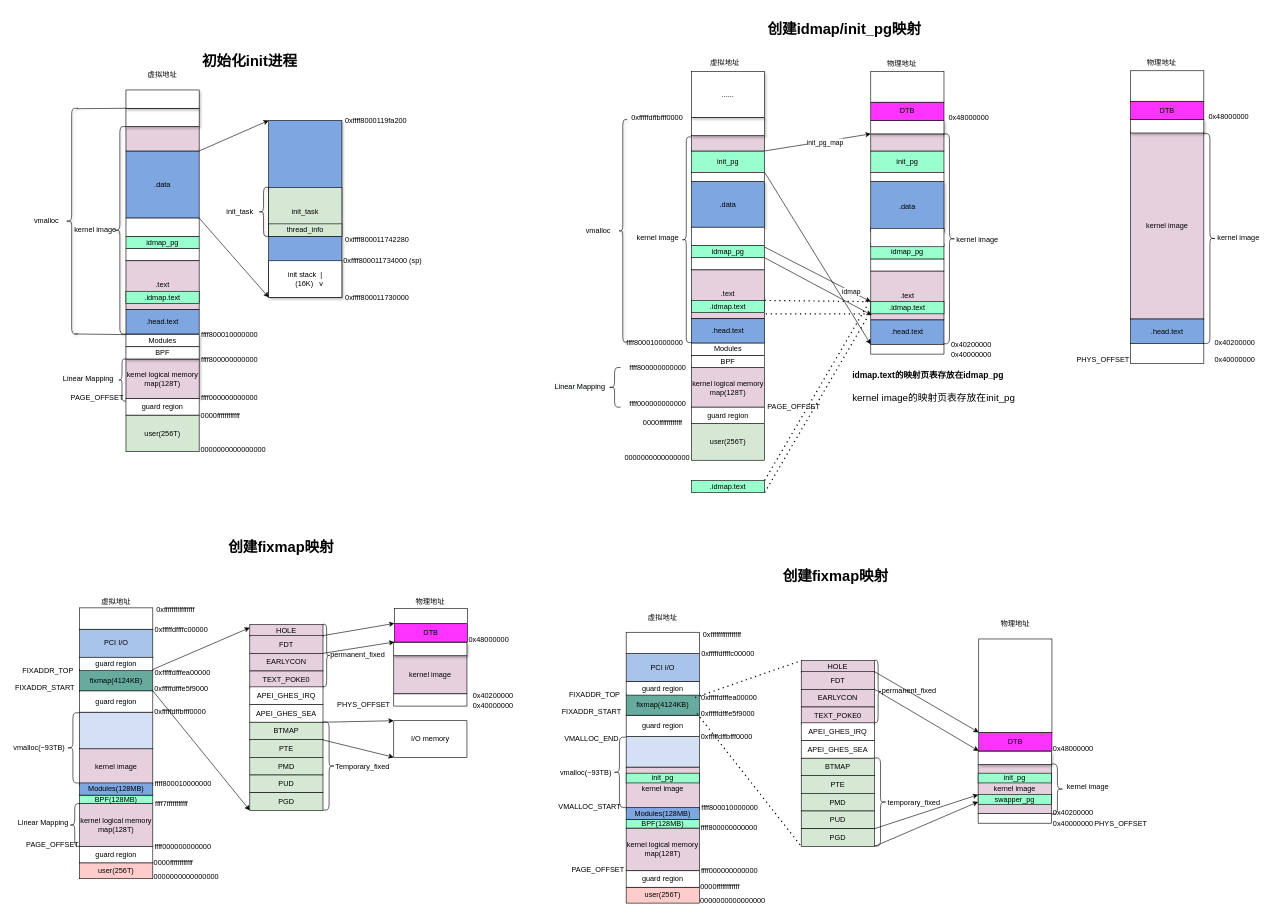
Earlier version of the draw.io diagram kernel_start.drawio (jasonactions/graph). Source tidied: cells renumbered, new cells numbered last; positions are measured from the earlier drawing's top-left corner, leaving out a move shared by most shapes. Both pictures are drawn from the tidied source at 61%, with x=0, y=0 at pixel (10, 16).
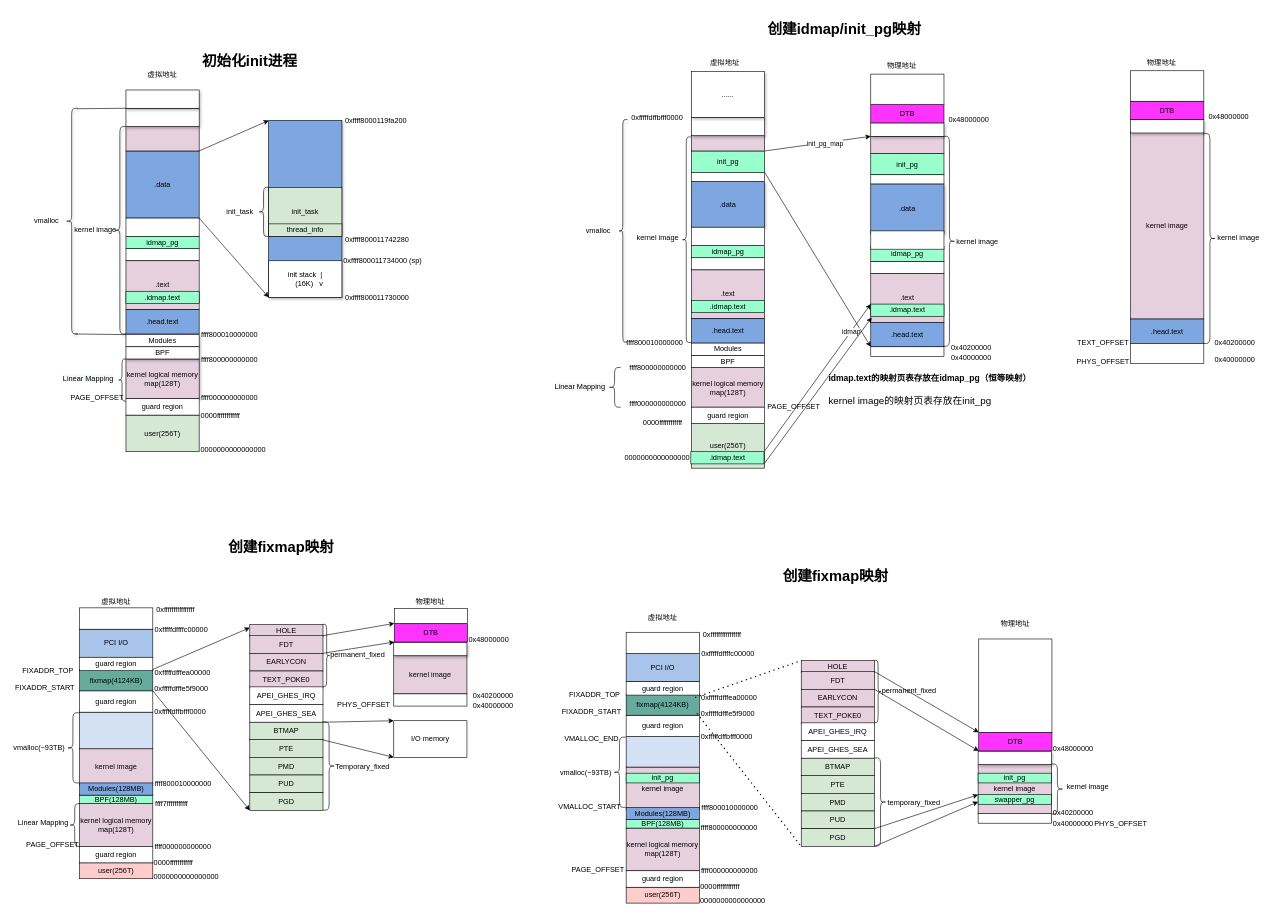
After the change.

Unchanged cells that the change refers to:
```xml
<mxCell id="2" style="rounded=0;whiteSpace=wrap;html=1;fillColor=#FFFFFF;" parent="1" vertex="1">
  <mxGeometry x="1116" y="395" width="120" height="20" as="geometry" />
</mxCell>
<mxCell id="7" value=".text" style="rounded=0;whiteSpace=wrap;html=1;fillColor=#E6D0DE;" parent="1" vertex="1">
  <mxGeometry x="1116" y="415" width="120" height="80" as="geometry" />
</mxCell>
<mxCell id="37" value=".idmap.text" style="rounded=0;whiteSpace=wrap;html=1;fillColor=#99FFCC;" parent="1" vertex="1">
  <mxGeometry x="1116" y="465" width="120" height="20" as="geometry" />
</mxCell>
```

Diff of the diagram source:
```diff
@@
     <mxCell id="6" value="物理地址" style="text;html=1;strokeColor=none;fillColor=none;align=center;verticalAlign=middle;whiteSpace=wrap;rounded=0;" parent="1" vertex="1">
-      <mxGeometry x="1426" y="67" width="70" height="20" as="geometry" />
+      <mxGeometry x="1426" y="71" width="70" height="20" as="geometry" />
     </mxCell>
@@
     <mxCell id="11" style="rounded=0;whiteSpace=wrap;html=1;fillColor=#FFFFFF;" parent="1" vertex="1">
-      <mxGeometry x="1410" y="397" width="120" height="20" as="geometry" />
+      <mxGeometry x="1410" y="401" width="120" height="20" as="geometry" />
     </mxCell>
     <mxCell id="12" value="idmap_pg" style="rounded=0;whiteSpace=wrap;html=1;fillColor=#99FFCC;" parent="1" vertex="1">
-      <mxGeometry x="1410" y="372" width="120" height="25" as="geometry" />
+      <mxGeometry x="1410" y="376" width="120" height="25" as="geometry" />
     </mxCell>
     <mxCell id="13" value=".data" style="rounded=0;whiteSpace=wrap;html=1;fillColor=#7EA6E0;shadow=1;" parent="1" vertex="1">
-      <mxGeometry x="1410" y="270" width="120" height="82" as="geometry" />
+      <mxGeometry x="1410" y="274" width="120" height="82" as="geometry" />
     </mxCell>
     <mxCell id="14" value=".text" style="rounded=0;whiteSpace=wrap;html=1;fillColor=#E6D0DE;" parent="1" vertex="1">
-      <mxGeometry x="1410" y="417" width="120" height="80" as="geometry" />
+      <mxGeometry x="1410" y="421" width="120" height="80" as="geometry" />
     </mxCell>
     <mxCell id="15" value=".head.text" style="rounded=0;whiteSpace=wrap;html=1;fillColor=#7EA6E0;" parent="1" vertex="1">
-      <mxGeometry x="1410" y="497" width="120" height="40" as="geometry" />
+      <mxGeometry x="1410" y="501" width="120" height="40" as="geometry" />
     </mxCell>
     <mxCell id="16" value="init_pg" style="rounded=0;whiteSpace=wrap;html=1;fillColor=#99FFCC;" parent="1" vertex="1">
-      <mxGeometry x="1410" y="220" width="120" height="35" as="geometry" />
+      <mxGeometry x="1410" y="224" width="120" height="35" as="geometry" />
     </mxCell>
     <mxCell id="17" style="rounded=0;whiteSpace=wrap;html=1;fillColor=#FFFFFF;" parent="1" vertex="1">
-      <mxGeometry x="1410" y="347" width="120" height="30" as="geometry" />
+      <mxGeometry x="1410" y="351" width="120" height="30" as="geometry" />
     </mxCell>
     <mxCell id="18" value=".idmap.text" style="rounded=0;whiteSpace=wrap;html=1;fillColor=#99FFCC;" parent="1" vertex="1">
-      <mxGeometry x="1410" y="467" width="120" height="20" as="geometry" />
+      <mxGeometry x="1410" y="471" width="120" height="20" as="geometry" />
     </mxCell>
@@
     <mxCell id="21" style="rounded=0;whiteSpace=wrap;html=1;fillColor=#E6D0DE;" parent="1" vertex="1">
-      <mxGeometry x="1410" y="192" width="120" height="28" as="geometry" />
+      <mxGeometry x="1410" y="196" width="120" height="28" as="geometry" />
     </mxCell>
@@
     <mxCell id="26" style="rounded=0;whiteSpace=wrap;html=1;shadow=1;fillColor=#FFFFFF;" parent="1" vertex="1">
-      <mxGeometry x="1410" y="170" width="120" height="22" as="geometry" />
+      <mxGeometry x="1410" y="174" width="120" height="22" as="geometry" />
     </mxCell>
@@
-    <mxCell id="38" style="endArrow=classic;html=1;entryX=0;entryY=0;entryDx=0;entryDy=0;" parent="1" edge="1" target="18">
-      <mxGeometry relative="1" as="geometry">
-        <mxPoint x="1236" y="377.5" as="sourcePoint" />
-      </mxGeometry>
+    <mxCell id="38" style="endArrow=classic;html=1;entryX=0;entryY=0;entryDx=0;entryDy=0;exitX=1;exitY=0;exitDx=0;exitDy=0;" parent="1" edge="1" source="150" target="18">
+      <mxGeometry relative="1" as="geometry" />
     </mxCell>
@@
-    <mxCell id="40" style="endArrow=classic;html=1;exitX=1;exitY=0;exitDx=0;exitDy=0;entryX=0.013;entryY=0.9;entryDx=0;entryDy=0;entryPerimeter=0;" parent="1" edge="1" source="2" target="14">
+    <mxCell id="40" style="endArrow=classic;html=1;exitX=1;exitY=1;exitDx=0;exitDy=0;entryX=0.013;entryY=0.9;entryDx=0;entryDy=0;entryPerimeter=0;" parent="1" edge="1" source="150" target="14">
       <mxGeometry relative="1" as="geometry" />
     </mxCell>
@@
     <mxCell id="70" value="0x40000000" style="text;html=1;strokeColor=none;fillColor=none;align=center;verticalAlign=middle;whiteSpace=wrap;rounded=0;" parent="1" vertex="1">
-      <mxGeometry x="1530" y="545" width="90" height="20" as="geometry" />
+      <mxGeometry x="1530" y="549" width="90" height="20" as="geometry" />
     </mxCell>
     <mxCell id="71" value="0x48000000" style="text;html=1;strokeColor=none;fillColor=none;align=center;verticalAlign=middle;whiteSpace=wrap;rounded=0;" parent="1" vertex="1">
-      <mxGeometry x="1536" y="155" width="70" height="20" as="geometry" />
+      <mxGeometry x="1536" y="159" width="70" height="20" as="geometry" />
     </mxCell>
     <mxCell id="72" value="DTB" style="rounded=0;whiteSpace=wrap;html=1;fillColor=#FF33FF;" parent="1" vertex="1">
-      <mxGeometry x="1410" y="140" width="120" height="30" as="geometry" />
+      <mxGeometry x="1410" y="144" width="120" height="30" as="geometry" />
     </mxCell>
     <mxCell id="73" style="rounded=0;whiteSpace=wrap;html=1;fillColor=#FFFFFF;" parent="1" vertex="1">
-      <mxGeometry x="1410" y="90" width="120" height="50" as="geometry" />
+      <mxGeometry x="1410" y="94" width="120" height="50" as="geometry" />
     </mxCell>
@@
     <mxCell id="84" style="rounded=0;whiteSpace=wrap;html=1;fillColor=#FFFFFF;" parent="1" vertex="1">
-      <mxGeometry x="1410" y="255" width="120" height="15" as="geometry" />
+      <mxGeometry x="1410" y="259" width="120" height="15" as="geometry" />
     </mxCell>
@@
     <mxCell id="149" value="user(256T)" style="rounded=0;whiteSpace=wrap;html=1;shadow=0;strokeColor=#000000;fillColor=#D5E8D4;" parent="1" vertex="1">
-      <mxGeometry x="1116" y="667" width="120" height="60" as="geometry" />
+      <mxGeometry x="1116" y="667" width="120" height="73" as="geometry" />
     </mxCell>
     <mxCell id="150" value=".idmap.text" style="rounded=0;whiteSpace=wrap;html=1;shadow=0;strokeColor=#000000;fillColor=#99FFCC;" parent="1" vertex="1">
-      <mxGeometry x="1116" y="760" width="120" height="20" as="geometry" />
+      <mxGeometry x="1115" y="713" width="120" height="20" as="geometry" />
     </mxCell>
-    <mxCell id="151" style="endArrow=none;dashed=1;html=1;dashPattern=1 3;strokeWidth=2;fillColor=#FF3333;exitX=1;exitY=0;exitDx=0;exitDy=0;entryX=0;entryY=0;entryDx=0;entryDy=0;" parent="1" edge="1" source="37" target="18">
-      <mxGeometry relative="1" as="geometry" />
-    </mxCell>
-    <mxCell id="152" style="endArrow=none;dashed=1;html=1;dashPattern=1 3;strokeWidth=2;fillColor=#FF3333;exitX=1.016;exitY=0.9;exitDx=0;exitDy=0;exitPerimeter=0;entryX=0;entryY=0.875;entryDx=0;entryDy=0;entryPerimeter=0;" parent="1" edge="1" source="7" target="14">
-      <mxGeometry relative="1" as="geometry" />
-    </mxCell>
-    <mxCell id="153" style="endArrow=none;dashed=1;html=1;dashPattern=1 3;strokeWidth=2;fillColor=#FF3333;exitX=1;exitY=0;exitDx=0;exitDy=0;" parent="1" edge="1" source="150">
-      <mxGeometry relative="1" as="geometry">
-        <mxPoint x="1406" y="470" as="targetPoint" />
-      </mxGeometry>
-    </mxCell>
-    <mxCell id="154" style="endArrow=none;dashed=1;html=1;dashPattern=1 3;strokeWidth=2;fillColor=#FF3333;exitX=1;exitY=1;exitDx=0;exitDy=0;" parent="1" edge="1" source="150">
-      <mxGeometry relative="1" as="geometry">
-        <mxPoint x="1406" y="490" as="targetPoint" />
-      </mxGeometry>
-    </mxCell>
-    <mxCell id="155" value="&lt;h1&gt;&lt;font style=&quot;font-size: 14px&quot;&gt;idmap.text的映射页表存放在idmap_pg&lt;/font&gt;&lt;/h1&gt;&lt;div&gt;&lt;font size=&quot;3&quot;&gt;kernel image的映射页表存放在init_pg&lt;/font&gt;&lt;/div&gt;" style="text;html=1;strokeColor=none;fillColor=none;spacing=5;spacingTop=-20;whiteSpace=wrap;overflow=hidden;rounded=0;shadow=0;" parent="1" vertex="1">
-      <mxGeometry x="1375" y="565" width="281" height="85" as="geometry" />
+    <mxCell id="155" value="&lt;h1&gt;&lt;font style=&quot;font-size: 14px&quot;&gt;idmap.text的映射页表存放在idmap_pg（恒等映射）&lt;/font&gt;&lt;/h1&gt;&lt;div&gt;&lt;font size=&quot;3&quot;&gt;kernel image的映射页表存放在init_pg&lt;/font&gt;&lt;/div&gt;" style="text;html=1;strokeColor=none;fillColor=none;spacing=5;spacingTop=-20;whiteSpace=wrap;overflow=hidden;rounded=0;shadow=0;" parent="1" vertex="1">
+      <mxGeometry x="1336" y="569" width="350" height="85" as="geometry" />
     </mxCell>
@@
     <mxCell id="226" style="rounded=0;whiteSpace=wrap;html=1;" parent="1" vertex="1">
-      <mxGeometry x="1410" y="537" width="120" height="16" as="geometry" />
+      <mxGeometry x="1410" y="541" width="120" height="16" as="geometry" />
     </mxCell>
     <mxCell id="227" value="0x40200000" style="text;html=1;strokeColor=none;fillColor=none;align=center;verticalAlign=middle;whiteSpace=wrap;rounded=0;" parent="1" vertex="1">
-      <mxGeometry x="1530" y="528" width="90" height="20" as="geometry" />
+      <mxGeometry x="1530" y="532" width="90" height="20" as="geometry" />
     </mxCell>
@@
     <mxCell id="246" style="shape=curlyBracket;whiteSpace=wrap;html=1;rounded=1;flipH=1;shadow=0;" parent="1" vertex="1">
-      <mxGeometry x="1529" y="192" width="20" height="344" as="geometry" />
+      <mxGeometry x="1529" y="196" width="20" height="344" as="geometry" />
     </mxCell>
     <mxCell id="247" value="kernel image" style="text;html=1;strokeColor=none;fillColor=none;align=center;verticalAlign=middle;whiteSpace=wrap;rounded=0;" parent="1" vertex="1">
-      <mxGeometry x="1540" y="355" width="90" height="20" as="geometry" />
+      <mxGeometry x="1540" y="359" width="90" height="20" as="geometry" />
     </mxCell>
@@
     <mxCell id="252" value="PHYS_OFFSET" style="text;html=1;strokeColor=none;fillColor=none;align=center;verticalAlign=middle;whiteSpace=wrap;rounded=0;" parent="1" vertex="1">
-      <mxGeometry x="1746" y="551.5" width="90" height="20" as="geometry" />
+      <mxGeometry x="1746" y="554.5" width="90" height="20" as="geometry" />
     </mxCell>
@@
+    <mxCell id="256" value="TEXT_OFFSET" style="text;html=1;strokeColor=none;fillColor=none;align=center;verticalAlign=middle;whiteSpace=wrap;rounded=0;" parent="1" vertex="1">
+      <mxGeometry x="1746" y="523.5" width="90" height="20" as="geometry" />
+    </mxCell>
```
